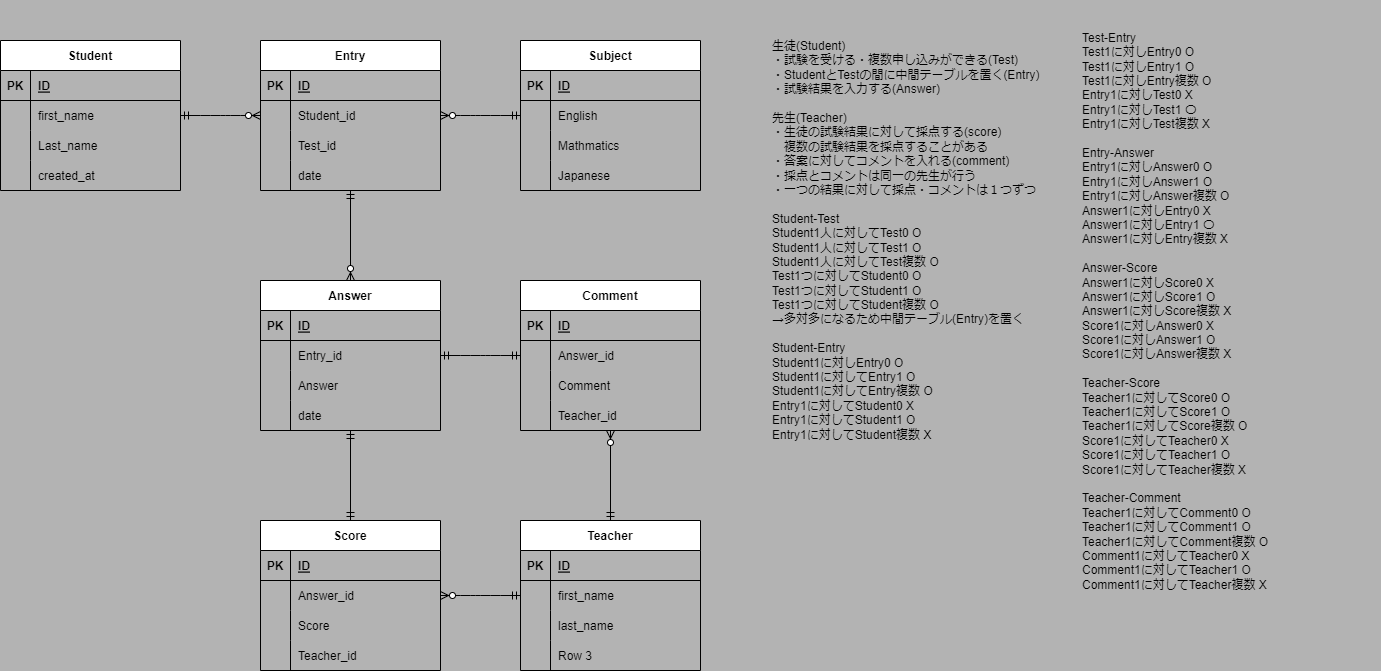
This is test.drawio.png from Hozumin08/20230318_Takaboshi, a draw.io export, as it was before one commit. Source tidied: cells renumbered, new cells last; positions are measured from the earlier drawing's top-left corner, leaving out a move shared by most shapes.
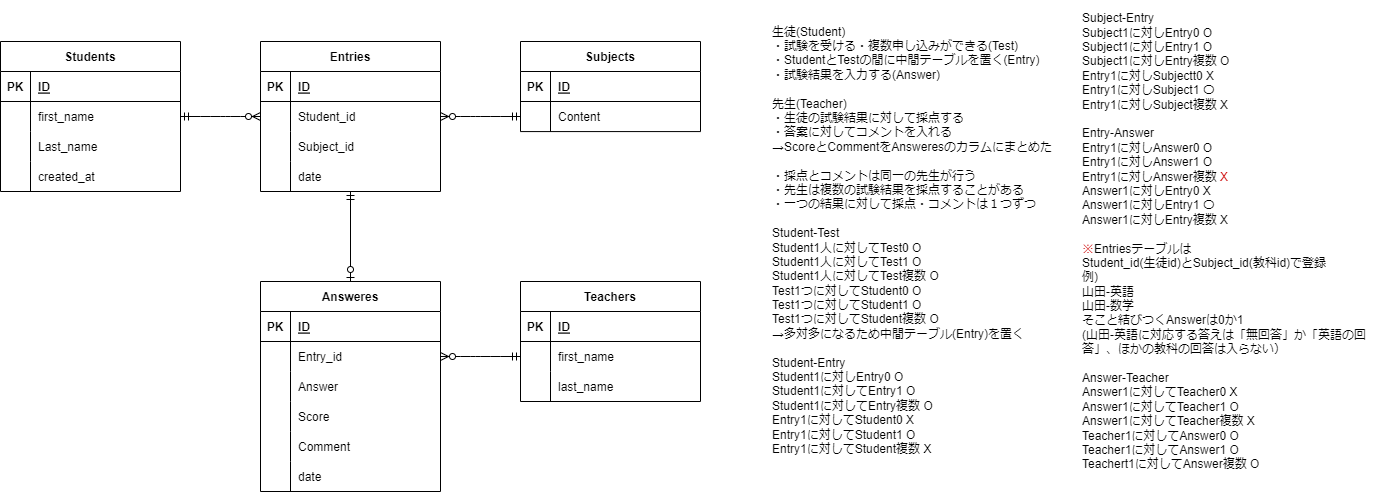
After the commit.

Commit message:
内容の修正

Diff of the diagram source:
```diff
@@ -1,2 +1,2 @@
-<mxGraphModel background="#B3B3B3">
+<mxGraphModel>
   <root>
@@ -4,3 +4,3 @@
     <mxCell id="1" parent="0" />
-    <mxCell id="2" value="Student" style="shape=table;startSize=30;rowLines=0;fontStyle=1;align=center;" parent="1" vertex="1">
+    <mxCell id="2" value="Students" style="shape=table;startSize=30;rowLines=0;fontStyle=1;align=center;" parent="1" vertex="1">
       <mxGeometry y="40" width="180" height="150" as="geometry" />
@@ -43,4 +43,4 @@
     </mxCell>
-    <mxCell id="15" value="Answer" style="shape=table;startSize=30;rowLines=0;fontStyle=1;align=center;" parent="1" vertex="1">
-      <mxGeometry x="260" y="280" width="180" height="150" as="geometry" />
+    <mxCell id="15" value="Answeres" style="shape=table;startSize=30;rowLines=0;fontStyle=1;align=center;" parent="1" vertex="1">
+      <mxGeometry x="260" y="280" width="180" height="210" as="geometry" />
     </mxCell>
@@ -73,4 +73,22 @@
     </mxCell>
+    <mxCell id="102" style="shape=tableRow;horizontal=0;startSize=0;swimlaneHead=0;swimlaneBody=0;fillColor=none;top=0;left=0;right=0;bottom=0;" parent="15" vertex="1">
+      <mxGeometry y="120" width="180" height="30" as="geometry" />
+    </mxCell>
+    <mxCell id="103" style="shape=partialRectangle;fillColor=none;top=0;left=0;bottom=0;right=0;overflow=hidden;" parent="102" vertex="1">
+      <mxGeometry width="30" height="30" as="geometry" />
+    </mxCell>
+    <mxCell id="50" value="Score" style="shape=partialRectangle;fillColor=none;top=0;left=0;bottom=0;right=0;align=left;spacingLeft=6;overflow=hidden;" parent="102" vertex="1">
+      <mxGeometry x="30" width="150" height="30" as="geometry" />
+    </mxCell>
+    <mxCell id="104" style="shape=tableRow;horizontal=0;startSize=0;swimlaneHead=0;swimlaneBody=0;fillColor=none;top=0;left=0;right=0;bottom=0;" parent="15" vertex="1">
+      <mxGeometry y="150" width="180" height="30" as="geometry" />
+    </mxCell>
+    <mxCell id="105" style="shape=partialRectangle;fillColor=none;top=0;left=0;bottom=0;right=0;overflow=hidden;" parent="104" vertex="1">
+      <mxGeometry width="30" height="30" as="geometry" />
+    </mxCell>
+    <mxCell id="94" value="Comment" style="shape=partialRectangle;fillColor=none;top=0;left=0;bottom=0;right=0;align=left;spacingLeft=6;overflow=hidden;" parent="104" vertex="1">
+      <mxGeometry x="30" width="150" height="30" as="geometry" />
+    </mxCell>
     <mxCell id="25" style="shape=tableRow;horizontal=0;startSize=0;swimlaneHead=0;swimlaneBody=0;fillColor=none;top=0;left=0;right=0;bottom=0;" parent="15" vertex="1">
-      <mxGeometry y="120" width="180" height="30" as="geometry" />
+      <mxGeometry y="180" width="180" height="30" as="geometry" />
     </mxCell>
@@ -82,3 +100,3 @@
     </mxCell>
-    <mxCell id="28" value="Entry" style="shape=table;startSize=30;rowLines=0;fontStyle=1;align=center;" parent="1" vertex="1">
+    <mxCell id="28" value="Entries" style="shape=table;startSize=30;rowLines=0;fontStyle=1;align=center;" parent="1" vertex="1">
       <mxGeometry x="260" y="40" width="180" height="150" as="geometry" />
@@ -109,3 +127,3 @@
     </mxCell>
-    <mxCell id="37" value="Test_id" style="shape=partialRectangle;fillColor=none;top=0;left=0;bottom=0;right=0;align=left;spacingLeft=6;overflow=hidden;" parent="35" vertex="1">
+    <mxCell id="37" value="Subject_id" style="shape=partialRectangle;fillColor=none;top=0;left=0;bottom=0;right=0;align=left;spacingLeft=6;overflow=hidden;" parent="35" vertex="1">
       <mxGeometry x="30" width="150" height="30" as="geometry" />
@@ -121,43 +139,4 @@
     </mxCell>
-    <mxCell id="41" value="Score" style="shape=table;startSize=30;rowLines=0;fontStyle=1;align=center;" parent="1" vertex="1">
-      <mxGeometry x="260" y="520" width="180" height="150" as="geometry" />
-    </mxCell>
-    <mxCell id="42" style="shape=tableRow;horizontal=0;startSize=0;swimlaneHead=0;swimlaneBody=0;fillColor=none;top=0;left=0;right=0;bottom=1;" parent="41" vertex="1">
-      <mxGeometry y="30" width="180" height="30" as="geometry" />
-    </mxCell>
-    <mxCell id="43" value="PK" style="shape=partialRectangle;fillColor=none;top=0;left=0;bottom=0;right=0;fontStyle=1;overflow=hidden;" parent="42" vertex="1">
-      <mxGeometry width="30" height="30" as="geometry" />
-    </mxCell>
-    <mxCell id="44" value="ID" style="shape=partialRectangle;fillColor=none;top=0;left=0;bottom=0;right=0;align=left;spacingLeft=6;fontStyle=5;overflow=hidden;" parent="42" vertex="1">
-      <mxGeometry x="30" width="150" height="30" as="geometry" />
-    </mxCell>
-    <mxCell id="45" style="shape=tableRow;horizontal=0;startSize=0;swimlaneHead=0;swimlaneBody=0;fillColor=none;points=[[0,0.5],[1,0.5]];portConstraint=eastwest;top=0;left=0;right=0;bottom=0;" parent="41" vertex="1">
-      <mxGeometry y="60" width="180" height="30" as="geometry" />
-    </mxCell>
-    <mxCell id="46" style="shape=partialRectangle;fillColor=none;top=0;left=0;bottom=0;right=0;overflow=hidden;" parent="45" vertex="1">
-      <mxGeometry width="30" height="30" as="geometry" />
-    </mxCell>
-    <mxCell id="47" value="Answer_id" style="shape=partialRectangle;fillColor=none;top=0;left=0;bottom=0;right=0;align=left;spacingLeft=6;overflow=hidden;" parent="45" vertex="1">
-      <mxGeometry x="30" width="150" height="30" as="geometry" />
-    </mxCell>
-    <mxCell id="48" style="shape=tableRow;horizontal=0;startSize=0;swimlaneHead=0;swimlaneBody=0;fillColor=none;top=0;left=0;right=0;bottom=0;" parent="41" vertex="1">
-      <mxGeometry y="90" width="180" height="30" as="geometry" />
-    </mxCell>
-    <mxCell id="49" style="shape=partialRectangle;fillColor=none;top=0;left=0;bottom=0;right=0;overflow=hidden;" parent="48" vertex="1">
-      <mxGeometry width="30" height="30" as="geometry" />
-    </mxCell>
-    <mxCell id="50" value="Score" style="shape=partialRectangle;fillColor=none;top=0;left=0;bottom=0;right=0;align=left;spacingLeft=6;overflow=hidden;" parent="48" vertex="1">
-      <mxGeometry x="30" width="150" height="30" as="geometry" />
-    </mxCell>
-    <mxCell id="51" style="shape=tableRow;horizontal=0;startSize=0;swimlaneHead=0;swimlaneBody=0;fillColor=none;top=0;left=0;right=0;bottom=0;" parent="41" vertex="1">
-      <mxGeometry y="120" width="180" height="30" as="geometry" />
-    </mxCell>
-    <mxCell id="52" style="shape=partialRectangle;fillColor=none;top=0;left=0;bottom=0;right=0;overflow=hidden;" parent="51" vertex="1">
-      <mxGeometry width="30" height="30" as="geometry" />
-    </mxCell>
-    <mxCell id="53" value="Teacher_id" style="shape=partialRectangle;fillColor=none;top=0;left=0;bottom=0;right=0;align=left;spacingLeft=6;overflow=hidden;" parent="51" vertex="1">
-      <mxGeometry x="30" width="150" height="30" as="geometry" />
-    </mxCell>
-    <mxCell id="54" value="Subject" style="shape=table;startSize=30;rowLines=0;fontStyle=1;align=center;" parent="1" vertex="1">
-      <mxGeometry x="520" y="40" width="180" height="150" as="geometry" />
+    <mxCell id="54" value="Subjects" style="shape=table;startSize=30;rowLines=0;fontStyle=1;align=center;" parent="1" vertex="1">
+      <mxGeometry x="520" y="40" width="180" height="90.1" as="geometry" />
     </mxCell>
@@ -178,23 +157,5 @@
     </mxCell>
-    <mxCell id="60" value="English" style="shape=partialRectangle;fillColor=none;top=0;left=0;bottom=0;right=0;align=left;spacingLeft=6;overflow=hidden;" parent="58" vertex="1">
+    <mxCell id="60" value="Content" style="shape=partialRectangle;fillColor=none;top=0;left=0;bottom=0;right=0;align=left;spacingLeft=6;overflow=hidden;" parent="58" vertex="1">
       <mxGeometry x="30" width="150" height="30" as="geometry" />
     </mxCell>
-    <mxCell id="61" style="shape=tableRow;horizontal=0;startSize=0;swimlaneHead=0;swimlaneBody=0;fillColor=none;top=0;left=0;right=0;bottom=0;" parent="54" vertex="1">
-      <mxGeometry y="90" width="180" height="30" as="geometry" />
-    </mxCell>
-    <mxCell id="62" style="shape=partialRectangle;fillColor=none;top=0;left=0;bottom=0;right=0;overflow=hidden;" parent="61" vertex="1">
-      <mxGeometry width="30" height="30" as="geometry" />
-    </mxCell>
-    <mxCell id="63" value="Mathmatics" style="shape=partialRectangle;fillColor=none;top=0;left=0;bottom=0;right=0;align=left;spacingLeft=6;overflow=hidden;" parent="61" vertex="1">
-      <mxGeometry x="30" width="150" height="30" as="geometry" />
-    </mxCell>
-    <mxCell id="64" style="shape=tableRow;horizontal=0;startSize=0;swimlaneHead=0;swimlaneBody=0;fillColor=none;top=0;left=0;right=0;bottom=0;" parent="54" vertex="1">
-      <mxGeometry y="120" width="180" height="30" as="geometry" />
-    </mxCell>
-    <mxCell id="65" style="shape=partialRectangle;fillColor=none;top=0;left=0;bottom=0;right=0;overflow=hidden;" parent="64" vertex="1">
-      <mxGeometry width="30" height="30" as="geometry" />
-    </mxCell>
-    <mxCell id="66" value="Japanese" style="shape=partialRectangle;fillColor=none;top=0;left=0;bottom=0;right=0;align=left;spacingLeft=6;overflow=hidden;" parent="64" vertex="1">
-      <mxGeometry x="30" width="150" height="30" as="geometry" />
-    </mxCell>
     <mxCell id="67" style="edgeStyle=entityRelationEdgeStyle;fontSize=12;html=1;endArrow=ERzeroToMany;startArrow=ERmandOne;exitX=1;exitY=0.5;exitDx=0;exitDy=0;entryX=0;entryY=0.5;entryDx=0;entryDy=0;" parent="1" edge="1" source="6" target="32">
@@ -205,4 +166,4 @@
     </mxCell>
-    <mxCell id="69" value="Teacher" style="shape=table;startSize=30;rowLines=0;fontStyle=1;align=center;" parent="1" vertex="1">
-      <mxGeometry x="520" y="520" width="180" height="150" as="geometry" />
+    <mxCell id="69" value="Teachers" style="shape=table;startSize=30;rowLines=0;fontStyle=1;align=center;fillColor=default;fontColor=default;" parent="1" vertex="1">
+      <mxGeometry x="520" y="280" width="180" height="120" as="geometry" />
     </mxCell>
@@ -235,77 +196,16 @@
     </mxCell>
-    <mxCell id="79" style="shape=tableRow;horizontal=0;startSize=0;swimlaneHead=0;swimlaneBody=0;fillColor=none;top=0;left=0;right=0;bottom=0;" parent="69" vertex="1">
-      <mxGeometry y="120" width="180" height="30" as="geometry" />
-    </mxCell>
-    <mxCell id="80" style="shape=partialRectangle;fillColor=none;top=0;left=0;bottom=0;right=0;overflow=hidden;" parent="79" vertex="1">
-      <mxGeometry width="30" height="30" as="geometry" />
-    </mxCell>
-    <mxCell id="81" value="Row 3" style="shape=partialRectangle;fillColor=none;top=0;left=0;bottom=0;right=0;align=left;spacingLeft=6;overflow=hidden;" parent="79" vertex="1">
-      <mxGeometry x="30" width="150" height="30" as="geometry" />
-    </mxCell>
-    <mxCell id="82" style="fontSize=12;html=1;endArrow=ERzeroToMany;startArrow=ERmandOne;entryX=0.5;entryY=0;entryDx=0;entryDy=0;" parent="1" edge="1" target="15">
-      <mxGeometry relative="1" as="geometry">
-        <mxPoint x="350" y="190" as="sourcePoint" />
-      </mxGeometry>
-    </mxCell>
-    <mxCell id="83" style="fontSize=12;html=1;endArrow=ERmandOne;startArrow=ERmandOne;exitX=0.5;exitY=0;exitDx=0;exitDy=0;" parent="1" edge="1" source="41">
-      <mxGeometry relative="1" as="geometry">
-        <mxPoint x="350" y="430" as="targetPoint" />
-      </mxGeometry>
-    </mxCell>
-    <mxCell id="84" style="edgeStyle=entityRelationEdgeStyle;fontSize=12;html=1;endArrow=ERzeroToMany;startArrow=ERmandOne;exitX=0;exitY=0.5;exitDx=0;exitDy=0;entryX=1;entryY=0.5;entryDx=0;entryDy=0;" parent="1" edge="1" source="73" target="45">
-      <mxGeometry relative="1" as="geometry" />
-    </mxCell>
-    <mxCell id="85" value="Comment" style="shape=table;startSize=30;rowLines=0;fontStyle=1;align=center;" parent="1" vertex="1">
-      <mxGeometry x="520" y="280" width="180" height="150" as="geometry" />
-    </mxCell>
-    <mxCell id="86" style="shape=tableRow;horizontal=0;startSize=0;swimlaneHead=0;swimlaneBody=0;fillColor=none;top=0;left=0;right=0;bottom=1;" parent="85" vertex="1">
-      <mxGeometry y="30" width="180" height="30" as="geometry" />
-    </mxCell>
-    <mxCell id="87" value="PK" style="shape=partialRectangle;fillColor=none;top=0;left=0;bottom=0;right=0;fontStyle=1;overflow=hidden;" parent="86" vertex="1">
-      <mxGeometry width="30" height="30" as="geometry" />
-    </mxCell>
-    <mxCell id="88" value="ID" style="shape=partialRectangle;fillColor=none;top=0;left=0;bottom=0;right=0;align=left;spacingLeft=6;fontStyle=5;overflow=hidden;" parent="86" vertex="1">
-      <mxGeometry x="30" width="150" height="30" as="geometry" />
-    </mxCell>
-    <mxCell id="89" style="shape=tableRow;horizontal=0;startSize=0;swimlaneHead=0;swimlaneBody=0;fillColor=none;points=[[0,0.5],[1,0.5]];portConstraint=eastwest;top=0;left=0;right=0;bottom=0;" parent="85" vertex="1">
-      <mxGeometry y="60" width="180" height="30" as="geometry" />
-    </mxCell>
-    <mxCell id="90" style="shape=partialRectangle;fillColor=none;top=0;left=0;bottom=0;right=0;overflow=hidden;" parent="89" vertex="1">
-      <mxGeometry width="30" height="30" as="geometry" />
-    </mxCell>
-    <mxCell id="91" value="Answer_id" style="shape=partialRectangle;fillColor=none;top=0;left=0;bottom=0;right=0;align=left;spacingLeft=6;overflow=hidden;" parent="89" vertex="1">
-      <mxGeometry x="30" width="150" height="30" as="geometry" />
-    </mxCell>
-    <mxCell id="92" style="shape=tableRow;horizontal=0;startSize=0;swimlaneHead=0;swimlaneBody=0;fillColor=none;top=0;left=0;right=0;bottom=0;" parent="85" vertex="1">
-      <mxGeometry y="90" width="180" height="30" as="geometry" />
-    </mxCell>
-    <mxCell id="93" style="shape=partialRectangle;fillColor=none;top=0;left=0;bottom=0;right=0;overflow=hidden;" parent="92" vertex="1">
-      <mxGeometry width="30" height="30" as="geometry" />
-    </mxCell>
-    <mxCell id="94" value="Comment" style="shape=partialRectangle;fillColor=none;top=0;left=0;bottom=0;right=0;align=left;spacingLeft=6;overflow=hidden;" parent="92" vertex="1">
-      <mxGeometry x="30" width="150" height="30" as="geometry" />
-    </mxCell>
-    <mxCell id="95" style="shape=tableRow;horizontal=0;startSize=0;swimlaneHead=0;swimlaneBody=0;fillColor=none;top=0;left=0;right=0;bottom=0;" parent="85" vertex="1">
-      <mxGeometry y="120" width="180" height="30" as="geometry" />
-    </mxCell>
-    <mxCell id="96" style="shape=partialRectangle;fillColor=none;top=0;left=0;bottom=0;right=0;overflow=hidden;" parent="95" vertex="1">
-      <mxGeometry width="30" height="30" as="geometry" />
-    </mxCell>
-    <mxCell id="97" value="Teacher_id" style="shape=partialRectangle;fillColor=none;top=0;left=0;bottom=0;right=0;align=left;spacingLeft=6;overflow=hidden;" parent="95" vertex="1">
-      <mxGeometry x="30" width="150" height="30" as="geometry" />
-    </mxCell>
-    <mxCell id="98" style="edgeStyle=entityRelationEdgeStyle;fontSize=12;html=1;endArrow=ERmandOne;startArrow=ERmandOne;entryX=0;entryY=0.5;entryDx=0;entryDy=0;exitX=1;exitY=0.5;exitDx=0;exitDy=0;" parent="1" edge="1" source="19" target="89">
-      <mxGeometry relative="1" as="geometry" />
-    </mxCell>
-    <mxCell id="99" style="fontSize=12;html=1;endArrow=ERzeroToMany;startArrow=ERmandOne;exitX=0.5;exitY=0;exitDx=0;exitDy=0;" parent="1" edge="1" source="69">
-      <mxGeometry relative="1" as="geometry">
-        <mxPoint x="610" y="430" as="targetPoint" />
-      </mxGeometry>
-    </mxCell>
-    <mxCell id="100" value="生徒(Student)&lt;br&gt;・試験を受ける・複数申し込みができる(Test)&lt;br&gt;・StudentとTestの間に中間テーブルを置く(Entry)&lt;br&gt;・試験結果を入力する(Answer)&lt;br&gt;&lt;br&gt;先生(Teacher)&lt;br&gt;・生徒の試験結果に対して採点する(score)&lt;br&gt;　複数の試験結果を採点することがある&lt;br&gt;・答案に対してコメントを入れる(comment)&lt;br&gt;・採点とコメントは同一の先生が行う&lt;br&gt;・一つの結果に対して採点・コメントは１つずつ&lt;br&gt;&lt;br&gt;Student-Test&lt;br&gt;Student1人に対してTest0 O&lt;br&gt;Student1人に対してTest1 O&lt;br&gt;Student1人に対してTest複数 O&lt;br&gt;Test1つに対してStudent0 O&lt;br&gt;Test1つに対してStudent1 O&lt;br&gt;Test1つに対してStudent複数 O&lt;br&gt;→多対多になるため中間テーブル(Entry)を置く&lt;br&gt;&lt;br&gt;Student-Entry&lt;br&gt;Student1に対しEntry0 O&lt;br&gt;Student1に対してEntry1 O&lt;br&gt;Student1に対してEntry複数 O&lt;br&gt;Entry1に対してStudent0 X&lt;br&gt;Entry1に対してStudent1 O&lt;br&gt;Entry1に対してStudent複数 X" style="text;html=1;strokeColor=none;fillColor=none;align=left;verticalAlign=middle;whiteSpace=wrap;rounded=0;" parent="1" vertex="1">
-      <mxGeometry x="770" width="300" height="480" as="geometry" />
+    <mxCell id="100" value="生徒(Student)&lt;br&gt;・試験を受ける・複数申し込みができる(Test)&lt;br&gt;・StudentとTestの間に中間テーブルを置く(Entry)&lt;br&gt;・試験結果を入力する(Answer)&lt;br&gt;&lt;br&gt;先生(Teacher)&lt;br&gt;・生徒の試験結果に対して採点する&lt;br&gt;・答案に対してコメントを入れる&lt;br&gt;→ScoreとCommentをAnsweresのカラムにまとめた&lt;br&gt;&lt;br&gt;・採点とコメントは同一の先生が行う&lt;br&gt;・先生は複数の試験結果を採点することがある&lt;br&gt;・一つの結果に対して採点・コメントは１つずつ&lt;br&gt;&lt;br&gt;Student-Test&lt;br&gt;Student1人に対してTest0 O&lt;br&gt;Student1人に対してTest1 O&lt;br&gt;Student1人に対してTest複数 O&lt;br&gt;Test1つに対してStudent0 O&lt;br&gt;Test1つに対してStudent1 O&lt;br&gt;Test1つに対してStudent複数 O&lt;br&gt;→多対多になるため中間テーブル(Entry)を置く&lt;br&gt;&lt;br&gt;Student-Entry&lt;br&gt;Student1に対しEntry0 O&lt;br&gt;Student1に対してEntry1 O&lt;br&gt;Student1に対してEntry複数 O&lt;br&gt;Entry1に対してStudent0 X&lt;br&gt;Entry1に対してStudent1 O&lt;br&gt;Entry1に対してStudent複数 X" style="text;html=1;strokeColor=none;fillColor=none;align=left;verticalAlign=middle;whiteSpace=wrap;rounded=0;" parent="1" vertex="1">
+      <mxGeometry x="770" y="-1" width="300" height="480" as="geometry" />
     </mxCell>
-    <mxCell id="101" value="Test-Entry&lt;br&gt;Test1に対しEntry0 O&lt;br&gt;Test1に対しEntry1 O&lt;br&gt;Test1に対しEntry複数 O&lt;br&gt;Entry1に対しTest0 X&lt;br&gt;Entry1に対しTest1 〇&lt;br&gt;Entry1に対しTest複数 X&lt;br&gt;&lt;br&gt;Entry-Answer&lt;br&gt;Entry1に対しAnswer0 O&lt;br&gt;Entry1に対しAnswer1 O&lt;br&gt;Entry1に対しAnswer複数 O&lt;br&gt;Answer1に対しEntry0 X&lt;br&gt;Answer1に対しEntry1 〇&lt;br&gt;Answer1に対しEntry複数 X&lt;br&gt;&lt;br&gt;Answer-Score&lt;br&gt;Answer1に対しScore0 X&lt;br&gt;Answer1に対しScore1 O&lt;br&gt;Answer1に対しScore複数 X&lt;br&gt;Score1に対しAnswer0 X&lt;br&gt;Score1に対しAnswer1 O&lt;br&gt;Score1に対しAnswer複数 X&lt;br&gt;&lt;br&gt;Teacher-Score&lt;br&gt;Teacher1に対してScore0 O&lt;br&gt;Teacher1に対してScore1 O&lt;br&gt;Teacher1に対してScore複数 O&lt;br&gt;Score1に対してTeacher0 X&lt;br&gt;Score1に対してTeacher1 O&lt;br&gt;Score1に対してTeacher複数 X&lt;br&gt;&lt;br&gt;Teacher-Comment&lt;br&gt;Teacher1に対してComment0 O&lt;br&gt;Teacher1に対してComment1 O&lt;br&gt;Teacher1に対してComment複数 O&lt;br&gt;Comment1に対してTeacher0 X&lt;br&gt;Comment1に対してTeacher1 O&lt;br&gt;Comment1に対してTeacher複数 X" style="text;html=1;strokeColor=none;fillColor=none;align=left;verticalAlign=middle;whiteSpace=wrap;rounded=0;" parent="1" vertex="1">
-      <mxGeometry x="1080" width="300" height="621" as="geometry" />
+    <mxCell id="101" value="Subject-Entry&lt;br&gt;Subject1に対しEntry0 O&lt;br&gt;Subject1に対しEntry1 O&lt;br&gt;Subject1に対しEntry複数 O&lt;br&gt;Entry1に対しSubjectt0 X&lt;br&gt;Entry1に対しSubject1 〇&lt;br&gt;Entry1に対しSubject複数 X&lt;br&gt;&lt;br&gt;Entry-Answer&lt;br&gt;Entry1に対しAnswer0 O&lt;br&gt;Entry1に対しAnswer1 O&lt;br&gt;Entry1に対しAnswer複数 &lt;font color=&quot;#cc0000&quot;&gt;X&lt;/font&gt;&lt;br&gt;Answer1に対しEntry0 X&lt;br&gt;Answer1に対しEntry1 〇&lt;br&gt;Answer1に対しEntry複数 X&lt;br&gt;&lt;br&gt;&lt;font color=&quot;#cc0000&quot;&gt;※&lt;/font&gt;Entriesテーブルは&lt;br&gt;Student_id(生徒id)とSubject_id(教科id)で登録&lt;br&gt;例)&lt;br&gt;山田-英語&lt;br&gt;山田-数学&lt;br&gt;そこと結びつくAnswerは0か1&lt;br&gt;(山田-英語に対応する答えは「無回答」か「英語の回答」、ほかの教科の回答は入らない）&lt;br&gt;&lt;br&gt;Answer-Teacher&lt;br&gt;Answer1に対してTeacher0 X&lt;br&gt;Answer1に対してTeacher1 O&lt;br&gt;Answer1に対してTeacher複数 X&lt;br&gt;Teacher1に対してAnswer0 O&lt;br&gt;Teacher1に対してAnswer1 O&lt;br&gt;Teachert1に対してAnswer複数 O" style="text;html=1;strokeColor=none;fillColor=none;align=left;verticalAlign=middle;whiteSpace=wrap;rounded=0;" parent="1" vertex="1">
+      <mxGeometry x="1080" width="300" height="480" as="geometry" />
     </mxCell>
+    <mxCell id="106" style="fontSize=12;html=1;endArrow=ERzeroToOne;startArrow=ERmandOne;fontColor=#CC0000;entryX=0.5;entryY=0;entryDx=0;entryDy=0;" parent="1" edge="1" target="15">
+      <mxGeometry relative="1" as="geometry">
+        <mxPoint x="350" y="190" as="sourcePoint" />
+      </mxGeometry>
+    </mxCell>
+    <mxCell id="107" style="edgeStyle=entityRelationEdgeStyle;fontSize=12;html=1;endArrow=ERzeroToMany;startArrow=ERmandOne;fontColor=#CC0000;exitX=0;exitY=0.5;exitDx=0;exitDy=0;entryX=1;entryY=0.5;entryDx=0;entryDy=0;" parent="1" edge="1" source="73" target="19">
+      <mxGeometry relative="1" as="geometry" />
+    </mxCell>
   </root>
```
